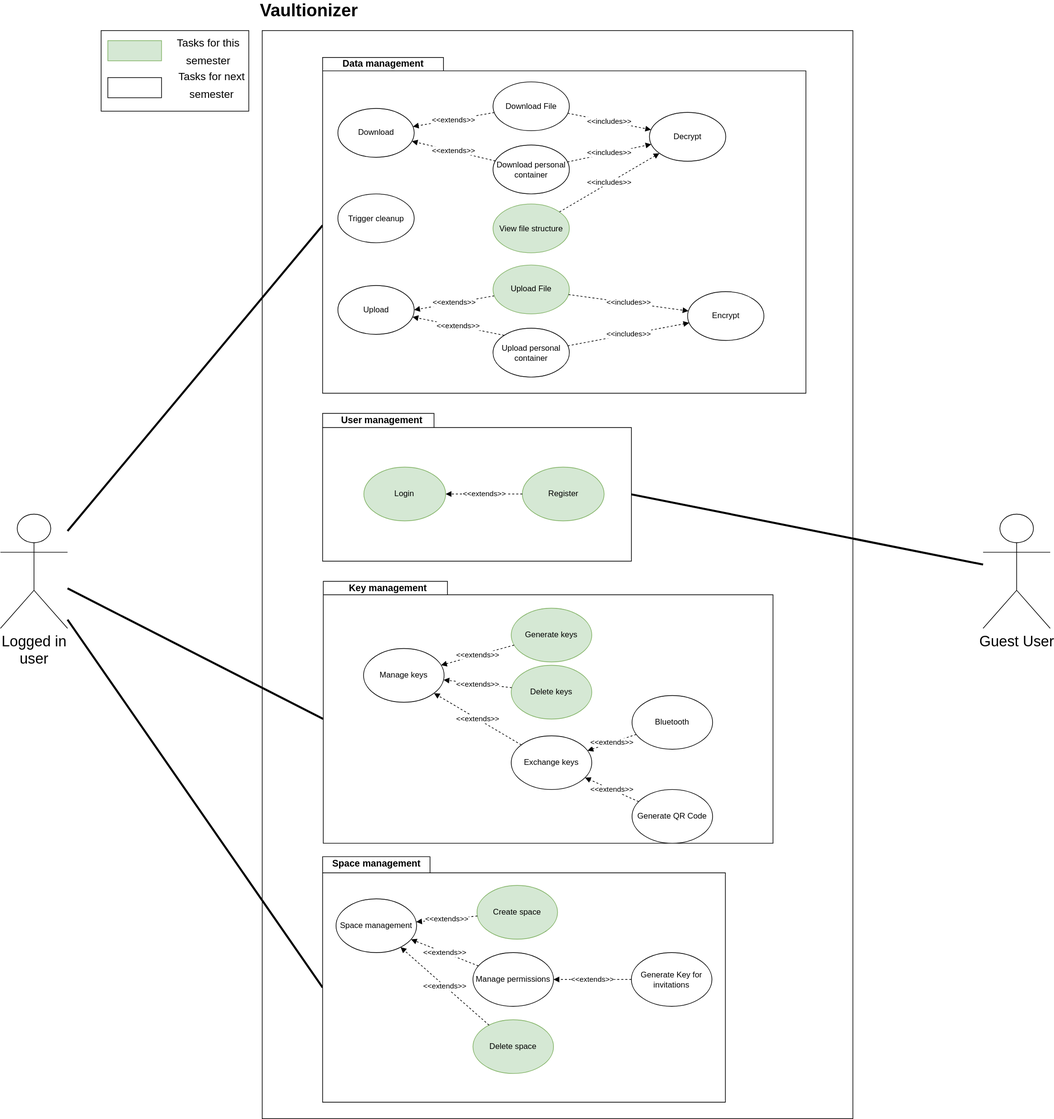
Before: img/use_cases/overall_use_case.svg, a diagram exported from draw.io (Vaultionizer/vault-docs). Source tidied: cells renumbered, new cells last; positions are measured from the earlier drawing's top-left corner, leaving out a move shared by most shapes.
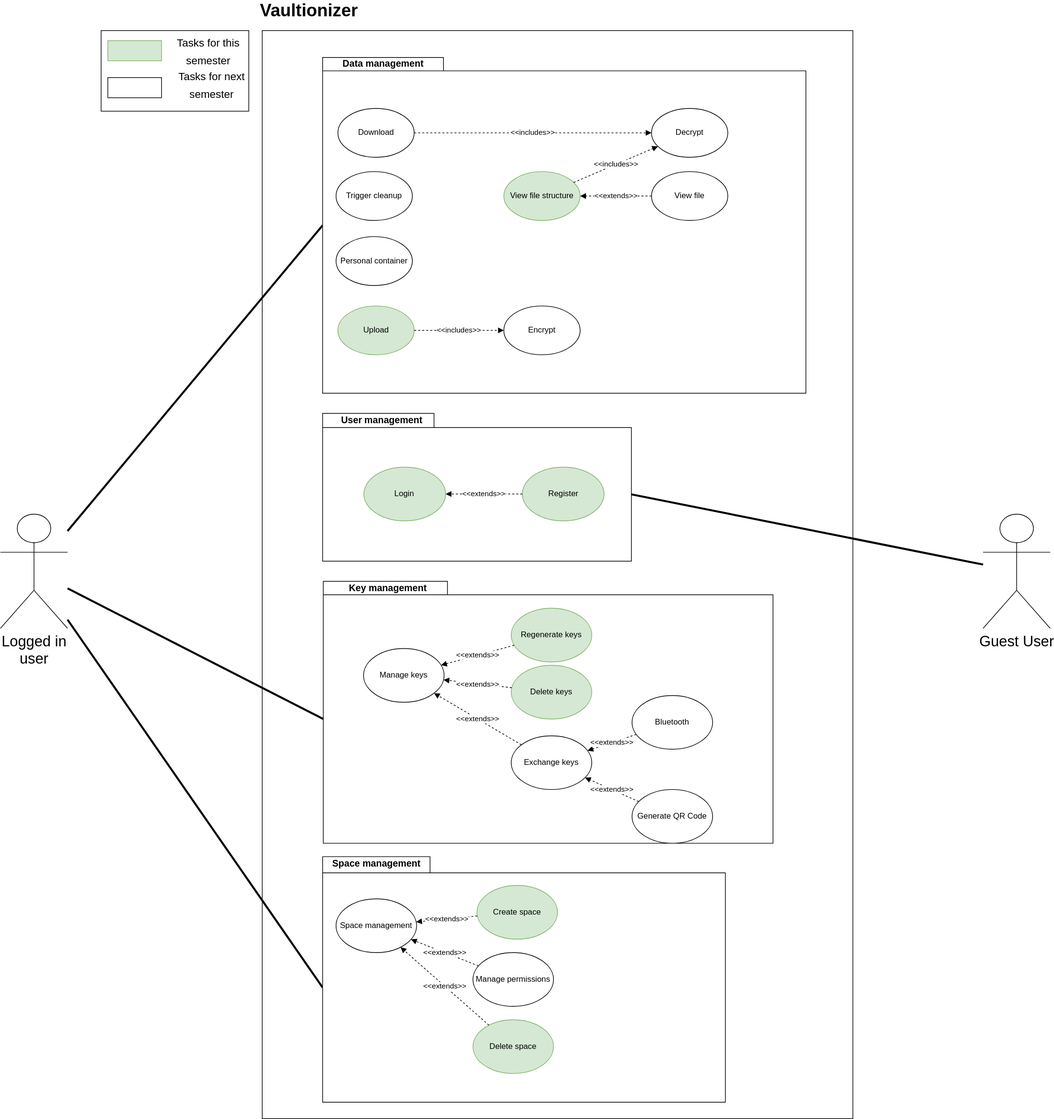
After the change.

What changed in the source:
```diff
@@ -41,15 +41,9 @@
     <mxCell id="14" value="Manage permissions" style="ellipse;whiteSpace=wrap;html=1;" parent="9" vertex="1">
       <mxGeometry x="224" y="142.8" width="120" height="80" as="geometry" />
     </mxCell>
-    <mxCell id="15" value="Generate Key for invitations" style="ellipse;whiteSpace=wrap;html=1;" parent="9" vertex="1">
-      <mxGeometry x="460" y="142.8" width="120" height="80" as="geometry" />
-    </mxCell>
     <mxCell id="16" value="Delete space" style="ellipse;whiteSpace=wrap;html=1;fillColor=#d5e8d4;strokeColor=#82b366;" parent="9" vertex="1">
       <mxGeometry x="224" y="242.8" width="120" height="80" as="geometry" />
     </mxCell>
-    <mxCell id="17" value="&amp;lt;&amp;lt;extends&amp;gt;&amp;gt;" style="edgeStyle=none;rounded=0;jettySize=auto;html=1;dashed=1;endArrow=block;endFill=1;" parent="9" edge="1" source="15" target="14">
-      <mxGeometry relative="1" as="geometry" />
-    </mxCell>
     <mxCell id="18" value="&amp;lt;&amp;lt;extends&amp;gt;&amp;gt;" style="edgeStyle=none;rounded=0;jettySize=auto;html=1;dashed=1;endArrow=block;endFill=1;" parent="9" edge="1" source="12" target="11">
       <mxGeometry relative="1" as="geometry" />
     </mxCell>
@@ -71,7 +65,7 @@
     <mxCell id="24" value="Manage keys" style="ellipse;whiteSpace=wrap;html=1;" parent="22" vertex="1">
       <mxGeometry x="60" y="100" width="120" height="80" as="geometry" />
     </mxCell>
-    <mxCell id="25" value="Generate keys" style="ellipse;whiteSpace=wrap;html=1;fillColor=#d5e8d4;strokeColor=#82b366;" parent="22" vertex="1">
+    <mxCell id="25" value="Regenerate keys" style="ellipse;whiteSpace=wrap;html=1;fillColor=#d5e8d4;strokeColor=#82b366;" parent="22" vertex="1">
       <mxGeometry x="280" y="40" width="120" height="80" as="geometry" />
     </mxCell>
     <mxCell id="26" value="Delete keys" style="ellipse;whiteSpace=wrap;html=1;fillColor=#d5e8d4;strokeColor=#82b366;" parent="22" vertex="1">
@@ -128,56 +122,29 @@
     <mxCell id="43" style="shape=folder;fontStyle=1;spacingTop=10;tabWidth=180;tabHeight=20;tabPosition=left;html=1;" parent="42" vertex="1">
       <mxGeometry width="720" height="500" as="geometry" />
     </mxCell>
-    <mxCell id="44" value="Upload" style="ellipse;whiteSpace=wrap;html=1;" parent="42" vertex="1">
-      <mxGeometry x="22.7" y="339.5" width="113.7" height="72.7" as="geometry" />
+    <mxCell id="44" value="Upload" style="ellipse;whiteSpace=wrap;html=1;fillColor=#d5e8d4;strokeColor=#82b366;" parent="42" vertex="1">
+      <mxGeometry x="22.7" y="370" width="113.7" height="72.7" as="geometry" />
     </mxCell>
-    <mxCell id="45" value="&amp;lt;&amp;lt;extends&amp;gt;&amp;gt;" style="rounded=0;jettySize=auto;html=1;entryX=1;entryY=0.5;entryDx=0;entryDy=0;dashed=1;endArrow=block;endFill=1;" parent="42" edge="1" source="46" target="44">
-      <mxGeometry x="-6.2" y="218.2" as="geometry" />
-    </mxCell>
-    <mxCell id="46" value="Upload File" style="ellipse;whiteSpace=wrap;html=1;fillColor=#d5e8d4;strokeColor=#82b366;" parent="42" vertex="1">
-      <mxGeometry x="253.9" y="309.1" width="113.7" height="72.7" as="geometry" />
-    </mxCell>
     <mxCell id="47" value="Encrypt " style="ellipse;whiteSpace=wrap;html=1;" parent="42" vertex="1">
-      <mxGeometry x="543.8" y="348.6" width="113.7" height="72.7" as="geometry" />
+      <mxGeometry x="270" y="370" width="113.7" height="72.7" as="geometry" />
     </mxCell>
-    <mxCell id="48" value="&amp;lt;&amp;lt;includes&amp;gt;&amp;gt;" style="edgeStyle=none;rounded=0;jettySize=auto;html=1;dashed=1;endArrow=block;endFill=1;" parent="42" edge="1" source="46" target="47">
+    <mxCell id="48" value="&amp;lt;&amp;lt;includes&amp;gt;&amp;gt;" style="edgeStyle=none;rounded=0;jettySize=auto;html=1;dashed=1;endArrow=block;endFill=1;exitX=1;exitY=0.5;exitDx=0;exitDy=0;" parent="42" edge="1" source="44" target="47">
       <mxGeometry x="-6.2" y="218.2" as="geometry" />
     </mxCell>
-    <mxCell id="49" value="&amp;lt;&amp;lt;includes&amp;gt;&amp;gt;" style="edgeStyle=none;rounded=0;jettySize=auto;html=1;dashed=1;endArrow=block;endFill=1;" parent="42" edge="1" source="50" target="47">
-      <mxGeometry x="-6.2" y="218.2" as="geometry" />
-    </mxCell>
-    <mxCell id="50" value="Upload personal container" style="ellipse;whiteSpace=wrap;html=1;" parent="42" vertex="1">
-      <mxGeometry x="253.9" y="403.2" width="113.7" height="72.7" as="geometry" />
-    </mxCell>
-    <mxCell id="51" value="&amp;lt;&amp;lt;extends&amp;gt;&amp;gt;" style="rounded=0;jettySize=auto;html=1;dashed=1;endArrow=block;endFill=1;exitX=0;exitY=0;exitDx=0;exitDy=0;" parent="42" edge="1" source="50" target="44">
-      <mxGeometry x="-6.2" y="218.2" as="geometry" />
-    </mxCell>
     <mxCell id="52" value="&lt;div&gt;Download&lt;br&gt;&lt;/div&gt;" style="ellipse;whiteSpace=wrap;html=1;" parent="42" vertex="1">
       <mxGeometry x="22.7" y="75.9" width="113.7" height="72.7" as="geometry" />
     </mxCell>
-    <mxCell id="53" value="&amp;lt;&amp;lt;extends&amp;gt;&amp;gt;" style="edgeStyle=none;rounded=0;jettySize=auto;html=1;dashed=1;endArrow=block;endFill=1;" parent="42" edge="1" source="57" target="52">
-      <mxGeometry x="9.5" as="geometry" />
-    </mxCell>
-    <mxCell id="54" value="Download File" style="ellipse;whiteSpace=wrap;html=1;" parent="42" vertex="1">
-      <mxGeometry x="253.9" y="36.4" width="113.7" height="72.7" as="geometry" />
-    </mxCell>
     <mxCell id="55" value="Decrypt" style="ellipse;whiteSpace=wrap;html=1;" parent="42" vertex="1">
-      <mxGeometry x="486.9" y="81.8" width="113.7" height="72.7" as="geometry" />
+      <mxGeometry x="490" y="75.9" width="113.7" height="72.7" as="geometry" />
     </mxCell>
-    <mxCell id="56" value="&amp;lt;&amp;lt;includes&amp;gt;&amp;gt;" style="edgeStyle=none;rounded=0;jettySize=auto;html=1;dashed=1;endArrow=block;endFill=1;" parent="42" edge="1" source="57" target="55">
-      <mxGeometry x="9.5" as="geometry" />
-    </mxCell>
-    <mxCell id="57" value="Download personal container" style="ellipse;whiteSpace=wrap;html=1;" parent="42" vertex="1">
-      <mxGeometry x="253.9" y="130.5" width="113.7" height="72.7" as="geometry" />
+    <mxCell id="57" value="Personal container" style="ellipse;whiteSpace=wrap;html=1;" parent="42" vertex="1">
+      <mxGeometry x="20" y="266.8" width="113.7" height="72.7" as="geometry" />
     </mxCell>
-    <mxCell id="58" value="&amp;lt;&amp;lt;includes&amp;gt;&amp;gt;" style="edgeStyle=none;rounded=0;jettySize=auto;html=1;dashed=1;endArrow=block;endFill=1;" parent="42" edge="1" source="54" target="55">
+    <mxCell id="58" value="&amp;lt;&amp;lt;includes&amp;gt;&amp;gt;" style="edgeStyle=none;rounded=0;jettySize=auto;html=1;dashed=1;endArrow=block;endFill=1;exitX=1;exitY=0.5;exitDx=0;exitDy=0;" parent="42" edge="1" source="52" target="55">
       <mxGeometry x="9.5" as="geometry" />
     </mxCell>
-    <mxCell id="59" value="&amp;lt;&amp;lt;extends&amp;gt;&amp;gt;" style="edgeStyle=none;rounded=0;jettySize=auto;html=1;dashed=1;endArrow=block;endFill=1;" parent="42" edge="1" source="54" target="52">
-      <mxGeometry x="9.5" as="geometry" />
-    </mxCell>
     <mxCell id="60" value="View file structure" style="ellipse;whiteSpace=wrap;html=1;fillColor=#d5e8d4;strokeColor=#82b366;" parent="42" vertex="1">
-      <mxGeometry x="253.9" y="218.2" width="113.7" height="72.7" as="geometry" />
+      <mxGeometry x="270" y="170" width="113.7" height="72.7" as="geometry" />
     </mxCell>
     <mxCell id="61" value="&amp;lt;&amp;lt;includes&amp;gt;&amp;gt;" style="edgeStyle=none;rounded=0;jettySize=auto;html=1;dashed=1;endArrow=block;endFill=1;" parent="42" edge="1" source="60" target="55">
       <mxGeometry x="9.5" as="geometry" />
@@ -186,8 +153,14 @@
       <mxGeometry x="22.7" width="135.5" height="18.2" as="geometry" />
     </mxCell>
     <mxCell id="63" value="Trigger cleanup" style="ellipse;whiteSpace=wrap;html=1;" parent="42" vertex="1">
-      <mxGeometry x="22.7" y="203.2" width="113.7" height="72.7" as="geometry" />
+      <mxGeometry x="20" y="170" width="113.7" height="72.7" as="geometry" />
     </mxCell>
+    <mxCell id="74" value="&amp;lt;&amp;lt;extends&amp;gt;&amp;gt;" style="edgeStyle=orthogonalEdgeStyle;rounded=0;jettySize=auto;html=1;exitX=0;exitY=0.5;exitDx=0;exitDy=0;entryX=1;entryY=0.5;entryDx=0;entryDy=0;endArrow=block;endFill=1;dashed=1;" parent="42" edge="1" source="75" target="60">
+      <mxGeometry relative="1" as="geometry" />
+    </mxCell>
+    <mxCell id="75" value="View file" style="ellipse;whiteSpace=wrap;html=1;" parent="42" vertex="1">
+      <mxGeometry x="490" y="170" width="113.7" height="72.7" as="geometry" />
+    </mxCell>
     <mxCell id="64" value="Vaultionizer" style="text;html=1;strokeColor=none;fillColor=none;align=center;verticalAlign=middle;whiteSpace=wrap;rounded=0;fontSize=26;fontStyle=1;" parent="1" vertex="1">
       <mxGeometry x="440" width="40" height="20" as="geometry" />
     </mxCell>
```
